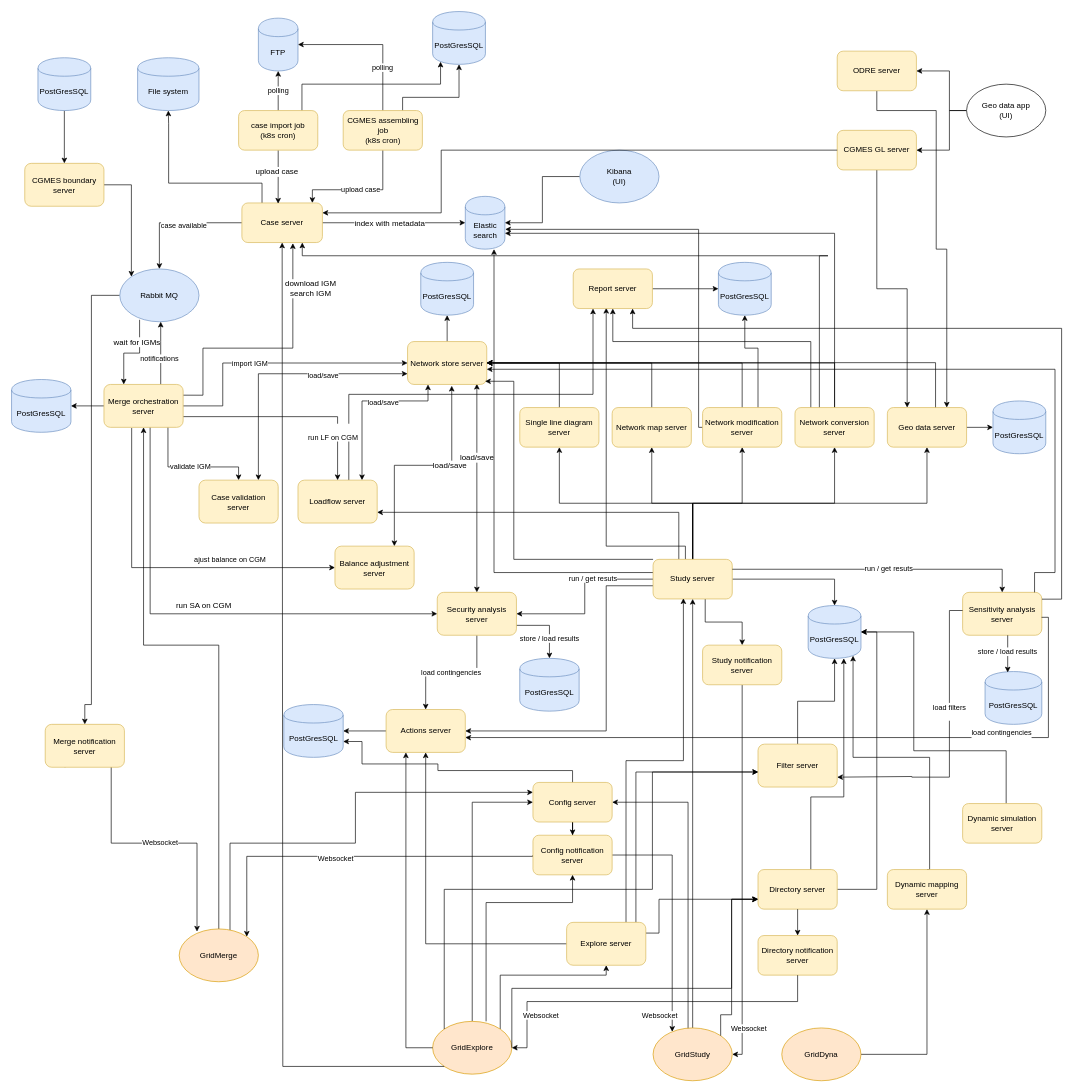
Earlier version of the draw.io diagram diagrams/gridsuite_architecture.drawio (gridsuite/documentation). Source tidied: cells renumbered, new cells numbered last; positions are measured from the earlier drawing's top-left corner, leaving out a move shared by most shapes. Both pictures are drawn from the tidied source at 66%, with x=0, y=0 at pixel (11, 11).
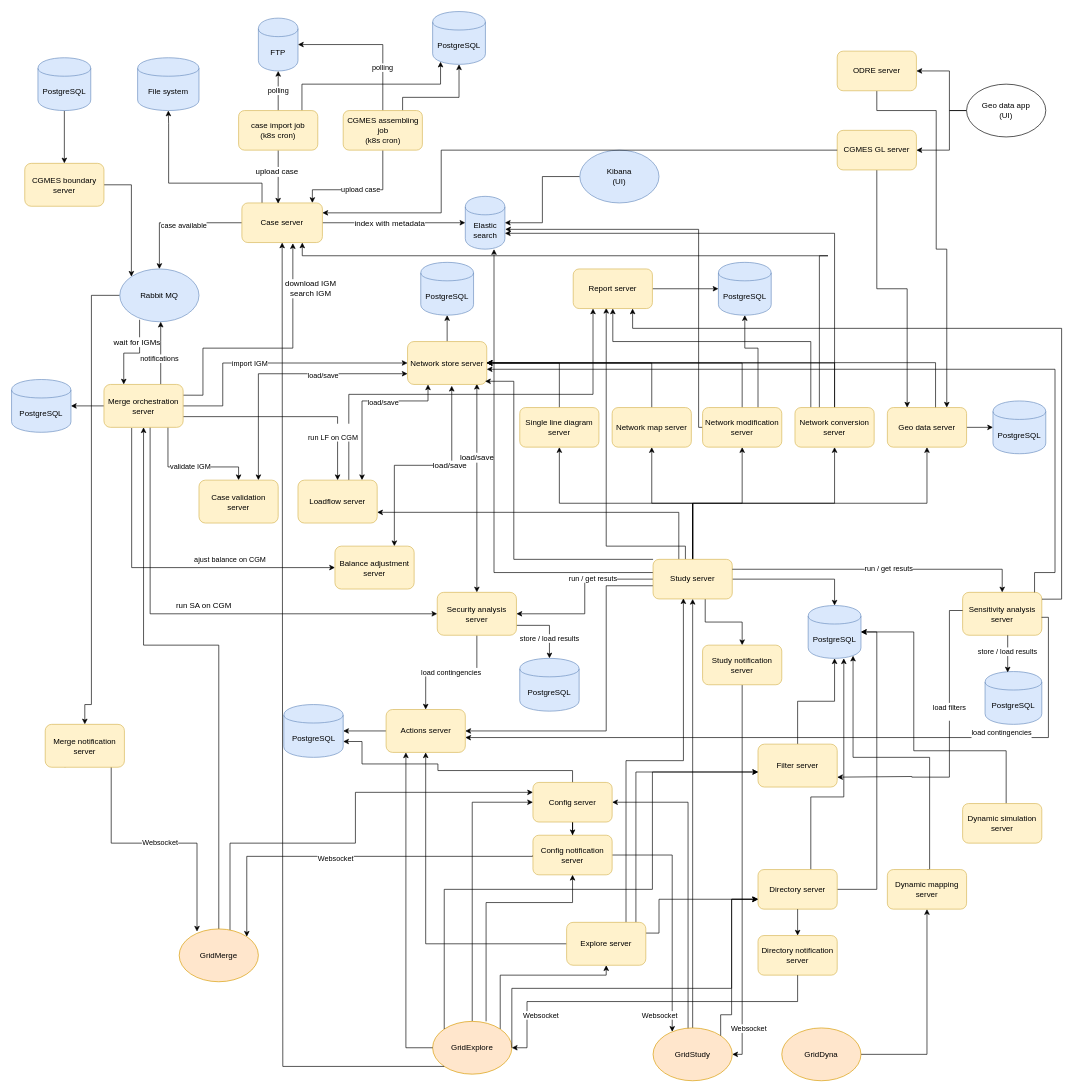
After the change.

Commit message (it also covers changes not shown here):
Typo modification everywhere after review : PostGresSQL ---> PostgreSQL

What changed in the source:
```diff
@@
-    <mxCell id="48" value="PostGresSQL" style="shape=cylinder;whiteSpace=wrap;html=1;boundedLbl=1;backgroundOutline=1;fillColor=#dae8fc;strokeColor=#6c8ebf;" parent="1" vertex="1">
+    <mxCell id="48" value="PostgreSQL" style="shape=cylinder;whiteSpace=wrap;html=1;boundedLbl=1;backgroundOutline=1;fillColor=#dae8fc;strokeColor=#6c8ebf;" parent="1" vertex="1">
       <mxGeometry y="557.5" width="90" height="80" as="geometry" />
     </mxCell>
@@
-    <mxCell id="51" value="PostGresSQL" style="shape=cylinder;whiteSpace=wrap;html=1;boundedLbl=1;backgroundOutline=1;fillColor=#dae8fc;strokeColor=#6c8ebf;" parent="1" vertex="1">
+    <mxCell id="51" value="PostgreSQL" style="shape=cylinder;whiteSpace=wrap;html=1;boundedLbl=1;backgroundOutline=1;fillColor=#dae8fc;strokeColor=#6c8ebf;" parent="1" vertex="1">
       <mxGeometry x="412.5" y="1050" width="90" height="80" as="geometry" />
     </mxCell>
@@
-    <mxCell id="93" value="PostGresSQL" style="shape=cylinder;whiteSpace=wrap;html=1;boundedLbl=1;backgroundOutline=1;fillColor=#dae8fc;strokeColor=#6c8ebf;" parent="1" vertex="1">
+    <mxCell id="93" value="PostgreSQL" style="shape=cylinder;whiteSpace=wrap;html=1;boundedLbl=1;backgroundOutline=1;fillColor=#dae8fc;strokeColor=#6c8ebf;" parent="1" vertex="1">
       <mxGeometry x="1487" y="590" width="80" height="80" as="geometry" />
     </mxCell>
@@
-    <mxCell id="110" value="PostGresSQL" style="shape=cylinder;whiteSpace=wrap;html=1;boundedLbl=1;backgroundOutline=1;fillColor=#dae8fc;strokeColor=#6c8ebf;" parent="1" vertex="1">
+    <mxCell id="110" value="PostgreSQL" style="shape=cylinder;whiteSpace=wrap;html=1;boundedLbl=1;backgroundOutline=1;fillColor=#dae8fc;strokeColor=#6c8ebf;" parent="1" vertex="1">
       <mxGeometry x="770" y="980" width="90" height="80" as="geometry" />
     </mxCell>
@@
-    <mxCell id="120" value="PostGresSQL" style="shape=cylinder;whiteSpace=wrap;html=1;boundedLbl=1;backgroundOutline=1;fillColor=#dae8fc;strokeColor=#6c8ebf;" parent="1" vertex="1">
+    <mxCell id="120" value="PostgreSQL" style="shape=cylinder;whiteSpace=wrap;html=1;boundedLbl=1;backgroundOutline=1;fillColor=#dae8fc;strokeColor=#6c8ebf;" parent="1" vertex="1">
       <mxGeometry x="1207" y="900" width="80" height="80" as="geometry" />
     </mxCell>
@@
-    <mxCell id="123" value="PostGresSQL" style="shape=cylinder;whiteSpace=wrap;html=1;boundedLbl=1;backgroundOutline=1;fillColor=#dae8fc;strokeColor=#6c8ebf;" parent="1" vertex="1">
+    <mxCell id="123" value="PostgreSQL" style="shape=cylinder;whiteSpace=wrap;html=1;boundedLbl=1;backgroundOutline=1;fillColor=#dae8fc;strokeColor=#6c8ebf;" parent="1" vertex="1">
       <mxGeometry x="1071" y="380" width="80" height="80" as="geometry" />
     </mxCell>
@@
-    <mxCell id="127" value="PostGresSQL" style="shape=cylinder;whiteSpace=wrap;html=1;boundedLbl=1;backgroundOutline=1;fillColor=#dae8fc;strokeColor=#6c8ebf;" parent="1" vertex="1">
+    <mxCell id="127" value="PostgreSQL" style="shape=cylinder;whiteSpace=wrap;html=1;boundedLbl=1;backgroundOutline=1;fillColor=#dae8fc;strokeColor=#6c8ebf;" parent="1" vertex="1">
       <mxGeometry x="40" y="70" width="80" height="80" as="geometry" />
     </mxCell>
@@
-    <mxCell id="150" value="PostGresSQL" style="shape=cylinder;whiteSpace=wrap;html=1;boundedLbl=1;backgroundOutline=1;fillColor=#dae8fc;strokeColor=#6c8ebf;" parent="1" vertex="1">
+    <mxCell id="150" value="PostgreSQL" style="shape=cylinder;whiteSpace=wrap;html=1;boundedLbl=1;backgroundOutline=1;fillColor=#dae8fc;strokeColor=#6c8ebf;" parent="1" vertex="1">
       <mxGeometry x="638" width="80" height="80" as="geometry" />
     </mxCell>
-    <mxCell id="151" value="PostGresSQL" style="shape=cylinder;whiteSpace=wrap;html=1;boundedLbl=1;backgroundOutline=1;fillColor=#dae8fc;strokeColor=#6c8ebf;" parent="1" vertex="1">
+    <mxCell id="151" value="PostgreSQL" style="shape=cylinder;whiteSpace=wrap;html=1;boundedLbl=1;backgroundOutline=1;fillColor=#dae8fc;strokeColor=#6c8ebf;" parent="1" vertex="1">
       <mxGeometry x="620" y="380" width="80" height="80" as="geometry" />
     </mxCell>
@@
-    <mxCell id="165" value="PostGresSQL" style="shape=cylinder;whiteSpace=wrap;html=1;boundedLbl=1;backgroundOutline=1;fillColor=#dae8fc;strokeColor=#6c8ebf;" parent="1" vertex="1">
+    <mxCell id="165" value="PostgreSQL" style="shape=cylinder;whiteSpace=wrap;html=1;boundedLbl=1;backgroundOutline=1;fillColor=#dae8fc;strokeColor=#6c8ebf;" parent="1" vertex="1">
       <mxGeometry x="1475" y="1000" width="86" height="80" as="geometry" />
     </mxCell>
```
